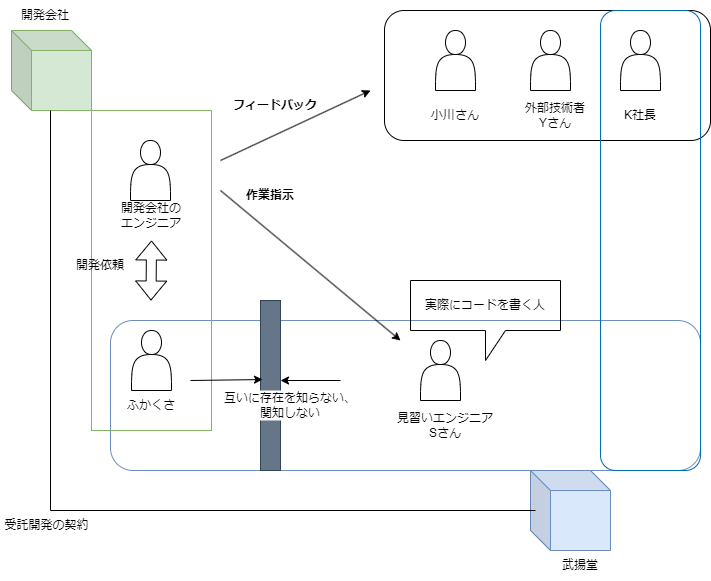
buyodo/webgis-doc keeps this draw.io diagram as 提案概要.drawio.png. Above is the earlier version. Source tidied: cells renumbered, new cells last; positions are measured from the earlier drawing's top-left corner, leaving out a move shared by most shapes.
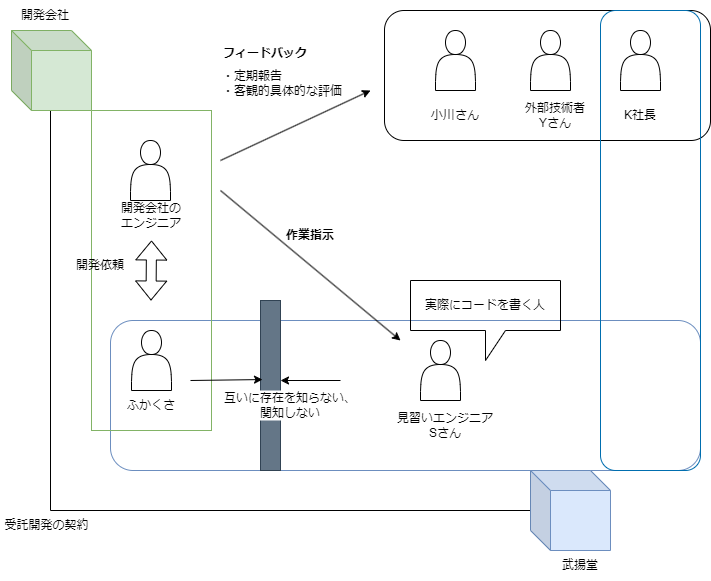
The same file after the commit.

Commit message:
提案概要.drawio.png を更新します

Diff of the diagram source:
```diff
@@ -2,6 +2,9 @@
   <root>
     <mxCell id="0" />
     <mxCell id="1" parent="0" />
+    <mxCell id="31" style="shape=partialRectangle;whiteSpace=wrap;html=1;bottom=0;right=0;fillColor=none;rotation=-90;" parent="1" vertex="1">
+      <mxGeometry x="92.5" y="67.5" width="400" height="485" as="geometry" />
+    </mxCell>
     <mxCell id="2" style="rounded=1;whiteSpace=wrap;html=1;fillColor=none;strokeColor=#6c8ebf;" parent="1" vertex="1">
       <mxGeometry x="110" y="320" width="590" height="150" as="geometry" />
     </mxCell>
@@ -51,7 +54,7 @@
       </mxGeometry>
     </mxCell>
     <mxCell id="16" value="作業指示" style="text;html=1;strokeColor=none;fillColor=none;align=center;verticalAlign=middle;whiteSpace=wrap;rounded=0;fontStyle=1;" parent="1" vertex="1">
-      <mxGeometry x="240" y="180" width="60" height="30" as="geometry" />
+      <mxGeometry x="280" y="220" width="60" height="30" as="geometry" />
     </mxCell>
     <mxCell id="17" style="endArrow=classic;html=1;rounded=0;" parent="1" edge="1">
       <mxGeometry relative="1" as="geometry">
@@ -69,7 +72,7 @@
       <mxGeometry x="620" y="30" width="40" height="60" as="geometry" />
     </mxCell>
     <mxCell id="21" value="フィードバック" style="text;html=1;strokeColor=none;fillColor=none;align=center;verticalAlign=middle;whiteSpace=wrap;rounded=0;fontStyle=1;" parent="1" vertex="1">
-      <mxGeometry x="230" y="90" width="90" height="30" as="geometry" />
+      <mxGeometry x="220" y="37.5" width="90" height="30" as="geometry" />
     </mxCell>
     <mxCell id="22" style="rounded=1;whiteSpace=wrap;html=1;fillColor=none;" parent="1" vertex="1">
       <mxGeometry x="384" y="10" width="326" height="130" as="geometry" />
@@ -103,9 +106,6 @@
     <mxCell id="30" style="rounded=1;whiteSpace=wrap;html=1;fillColor=none;fontColor=#ffffff;strokeColor=#006EAF;rotation=90;" parent="1" vertex="1">
       <mxGeometry x="420" y="190" width="460" height="100" as="geometry" />
     </mxCell>
-    <mxCell id="31" style="shape=partialRectangle;whiteSpace=wrap;html=1;bottom=0;right=0;fillColor=none;rotation=-90;" parent="1" vertex="1">
-      <mxGeometry x="92.5" y="67.5" width="400" height="485" as="geometry" />
-    </mxCell>
     <mxCell id="32" value="受託開発の契約" style="text;html=1;strokeColor=none;fillColor=none;align=center;verticalAlign=middle;whiteSpace=wrap;rounded=0;" parent="1" vertex="1">
       <mxGeometry x="2" y="510" width="89" height="30" as="geometry" />
     </mxCell>
@@ -115,5 +115,8 @@
     <mxCell id="34" value="実際にコードを書く人" style="shape=callout;whiteSpace=wrap;html=1;perimeter=calloutPerimeter;fillColor=none;" parent="1" vertex="1">
       <mxGeometry x="410" y="280" width="150" height="80" as="geometry" />
     </mxCell>
+    <mxCell id="35" value="・定期報告&lt;br&gt;・客観的具体的な評価" style="text;html=1;strokeColor=none;fillColor=none;align=left;verticalAlign=middle;whiteSpace=wrap;rounded=0;" parent="1" vertex="1">
+      <mxGeometry x="220" y="67.5" width="140" height="30" as="geometry" />
+    </mxCell>
   </root>
 </mxGraphModel>
```
